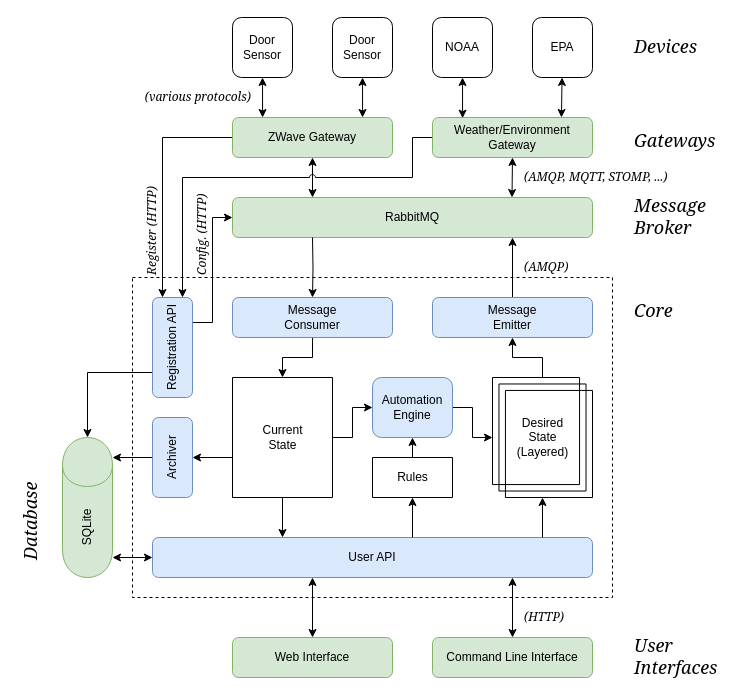
The draw.io diagram docs/architecture.drawio in mikecamilleri/tilde, before the edit. Source tidied: cells renumbered, new cells numbered last; positions are measured from the earlier drawing's top-left corner, leaving out a move shared by most shapes. Both pictures are drawn from the tidied source at 100%, with x=0, y=0 at pixel (-18, 17).
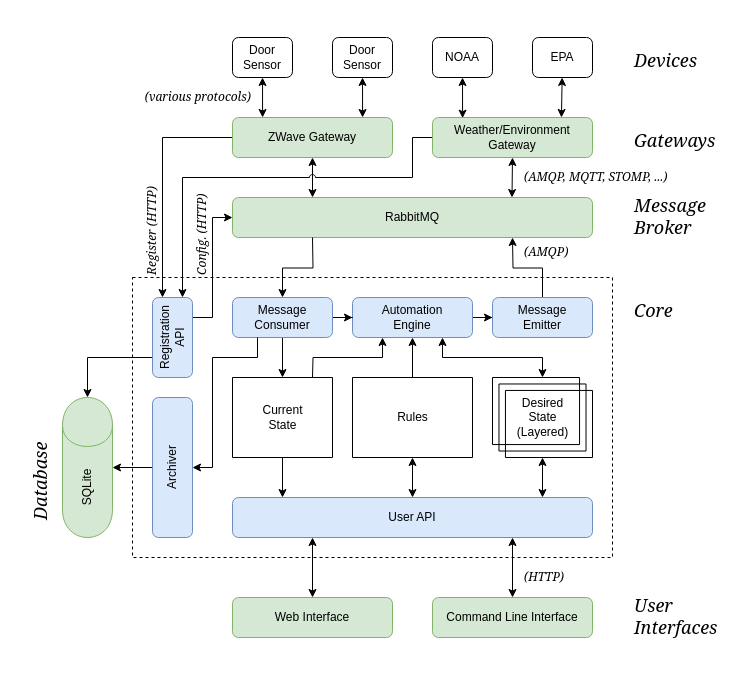
Above is the later version.

Commit message (it also covers changes not shown here):
add detail to message handling

The edit, as a diff of the source:
```diff
@@
     <mxCell id="2" style="rounded=0;whiteSpace=wrap;html=1;align=left;fillColor=none;dashed=1;" parent="1" vertex="1">
-      <mxGeometry x="150" y="260" width="480" height="320" as="geometry" />
+      <mxGeometry x="150" y="260" width="480" height="280" as="geometry" />
     </mxCell>
@@
-    <mxCell id="4" style="edgeStyle=orthogonalEdgeStyle;rounded=0;jumpStyle=arc;jettySize=auto;html=1;startArrow=classic;startFill=1;endArrow=classic;endFill=1;" parent="1" edge="1" source="5">
-      <mxGeometry relative="1" as="geometry">
-        <mxPoint x="130" y="540" as="targetPoint" />
-        <Array as="points">
-          <mxPoint x="130" y="540" />
-        </Array>
-      </mxGeometry>
-    </mxCell>
     <mxCell id="5" value="User API" style="rounded=1;whiteSpace=wrap;html=1;fillColor=#dae8fc;strokeColor=#6c8ebf;" parent="1" vertex="1">
-      <mxGeometry x="170" y="520" width="440" height="40" as="geometry" />
+      <mxGeometry x="250" y="480" width="360" height="40" as="geometry" />
     </mxCell>
     <mxCell id="6" style="edgeStyle=none;rounded=0;jettySize=auto;html=1;startArrow=classic;startFill=1;endArrow=classic;endFill=1;" parent="1" edge="1" source="7">
       <mxGeometry relative="1" as="geometry">
-        <mxPoint x="330" y="560" as="targetPoint" />
+        <mxPoint x="330" y="520" as="targetPoint" />
       </mxGeometry>
     </mxCell>
     <mxCell id="7" value="Web Interface&lt;br&gt;" style="rounded=1;whiteSpace=wrap;html=1;fillColor=#d5e8d4;strokeColor=#82b366;" parent="1" vertex="1">
-      <mxGeometry x="250" y="620" width="160" height="40" as="geometry" />
+      <mxGeometry x="250" y="580" width="160" height="40" as="geometry" />
     </mxCell>
     <mxCell id="8" style="edgeStyle=none;rounded=0;jettySize=auto;html=1;startArrow=classic;startFill=1;endArrow=classic;endFill=1;" parent="1" edge="1" source="9">
       <mxGeometry relative="1" as="geometry">
-        <mxPoint x="530" y="560" as="targetPoint" />
+        <mxPoint x="530" y="520" as="targetPoint" />
       </mxGeometry>
     </mxCell>
     <mxCell id="9" value="Command Line Interface&lt;br&gt;" style="rounded=1;whiteSpace=wrap;html=1;fillColor=#d5e8d4;align=center;strokeColor=#82b366;" parent="1" vertex="1">
-      <mxGeometry x="450" y="620" width="160" height="40" as="geometry" />
+      <mxGeometry x="450" y="580" width="160" height="40" as="geometry" />
     </mxCell>
-    <mxCell id="10" style="edgeStyle=orthogonalEdgeStyle;rounded=0;jettySize=auto;html=1;" parent="1" edge="1" source="12" target="48">
-      <mxGeometry relative="1" as="geometry" />
-    </mxCell>
-    <mxCell id="11" style="edgeStyle=orthogonalEdgeStyle;rounded=0;jumpStyle=arc;jettySize=auto;html=1;startArrow=classic;startFill=1;endArrow=none;endFill=0;" parent="1" edge="1" source="12" target="5">
+    <mxCell id="11" style="edgeStyle=orthogonalEdgeStyle;rounded=0;jumpStyle=arc;jettySize=auto;html=1;startArrow=classic;startFill=1;endArrow=classic;endFill=1;" parent="1" edge="1" source="12" target="5">
       <mxGeometry relative="1" as="geometry">
         <Array as="points">
           <mxPoint x="560" y="510" />
           <mxPoint x="560" y="510" />
         </Array>
       </mxGeometry>
     </mxCell>
     <mxCell id="12" value="Desired&lt;br&gt;State &lt;br&gt;(Layered)" style="verticalLabelPosition=middle;verticalAlign=middle;html=1;shape=mxgraph.basic.layered_rect;dx=12.94;outlineConnect=0;fillColor=none;align=center;labelPosition=center;horizontal=1;" parent="1" vertex="1">
-      <mxGeometry x="510" y="360" width="100" height="120" as="geometry" />
+      <mxGeometry x="510" y="360" width="100" height="80" as="geometry" />
     </mxCell>
@@
-    <mxCell id="14" style="edgeStyle=orthogonalEdgeStyle;rounded=0;jumpStyle=arc;jettySize=auto;html=1;startArrow=none;startFill=0;endArrow=classic;endFill=1;" parent="1" edge="1" source="16" target="21">
-      <mxGeometry relative="1" as="geometry" />
-    </mxCell>
-    <mxCell id="15" style="edgeStyle=orthogonalEdgeStyle;rounded=0;jettySize=auto;html=1;startArrow=none;startFill=0;" parent="1" edge="1" target="58">
-      <mxGeometry relative="1" as="geometry">
-        <mxPoint x="251" y="440" as="sourcePoint" />
-        <Array as="points">
-          <mxPoint x="251" y="440" />
-        </Array>
-      </mxGeometry>
-    </mxCell>
     <mxCell id="16" value="Current&lt;br&gt;State" style="verticalLabelPosition=middle;verticalAlign=middle;html=1;shape=mxgraph.basic.rect;fillColor=#ffffff;fillColor2=none;strokeColor=#000000;strokeWidth=1;size=20;indent=5;align=center;labelPosition=center;horizontal=1;" parent="1" vertex="1">
-      <mxGeometry x="250" y="360" width="100" height="120" as="geometry" />
+      <mxGeometry x="250" y="360" width="100" height="80" as="geometry" />
     </mxCell>
+    <mxCell id="18" style="edgeStyle=orthogonalEdgeStyle;rounded=0;jumpStyle=arc;jettySize=auto;html=1;startArrow=classic;startFill=1;endArrow=classic;endFill=1;" parent="1" edge="1" source="19" target="5">
+      <mxGeometry relative="1" as="geometry">
+        <Array as="points">
+          <mxPoint x="430" y="500" />
+          <mxPoint x="430" y="500" />
+        </Array>
+      </mxGeometry>
+    </mxCell>
-    <mxCell id="17" style="edgeStyle=none;rounded=0;jettySize=auto;html=1;startArrow=none;startFill=0;endArrow=classic;endFill=1;" parent="1" edge="1" source="19" target="21">
+    <mxCell id="17" style="edgeStyle=orthogonalEdgeStyle;rounded=0;jettySize=auto;html=1;startArrow=none;startFill=0;endArrow=classic;endFill=1;" parent="1" edge="1" source="19" target="21">
       <mxGeometry relative="1" as="geometry" />
     </mxCell>
-    <mxCell id="18" style="edgeStyle=orthogonalEdgeStyle;rounded=0;jumpStyle=arc;jettySize=auto;html=1;startArrow=classic;startFill=1;endArrow=none;endFill=0;" parent="1" edge="1" source="19" target="5">
-      <mxGeometry relative="1" as="geometry">
-        <Array as="points">
-          <mxPoint x="430" y="500" />
-          <mxPoint x="430" y="500" />
-        </Array>
-      </mxGeometry>
-    </mxCell>
     <mxCell id="19" value="Rules&lt;br&gt;" style="verticalLabelPosition=middle;verticalAlign=middle;html=1;shape=mxgraph.basic.rect;fillColor=#ffffff;fillColor2=none;strokeColor=#000000;strokeWidth=1;size=20;indent=5;align=center;labelPosition=center;" parent="1" vertex="1">
-      <mxGeometry x="390" y="440" width="80" height="40" as="geometry" />
+      <mxGeometry x="370" y="360" width="120" height="80" as="geometry" />
     </mxCell>
-    <mxCell id="20" style="edgeStyle=orthogonalEdgeStyle;rounded=0;jettySize=auto;html=1;" parent="1" edge="1" source="21" target="12">
-      <mxGeometry relative="1" as="geometry" />
-    </mxCell>
+    <mxCell id="60" style="edgeStyle=orthogonalEdgeStyle;rounded=0;jettySize=auto;html=1;startArrow=none;startFill=0;endArrow=classic;endFill=1;" parent="1" edge="1" source="21" target="48">
+      <mxGeometry relative="1" as="geometry" />
+    </mxCell>
+    <mxCell id="61" style="edgeStyle=orthogonalEdgeStyle;rounded=0;jettySize=auto;html=1;exitX=0.25;exitY=1;exitDx=0;exitDy=0;startArrow=classic;startFill=1;endArrow=none;endFill=0;" parent="1" edge="1" source="21">
+      <mxGeometry relative="1" as="geometry">
+        <mxPoint x="330" y="360" as="targetPoint" />
+      </mxGeometry>
+    </mxCell>
+    <mxCell id="62" style="edgeStyle=orthogonalEdgeStyle;rounded=0;jettySize=auto;html=1;exitX=0.75;exitY=1;exitDx=0;exitDy=0;startArrow=classic;startFill=1;endArrow=classic;endFill=1;" parent="1" edge="1" source="21">
+      <mxGeometry relative="1" as="geometry">
+        <mxPoint x="560" y="360" as="targetPoint" />
+        <Array as="points">
+          <mxPoint x="460" y="340" />
+          <mxPoint x="560" y="340" />
+          <mxPoint x="560" y="360" />
+        </Array>
+      </mxGeometry>
+    </mxCell>
     <mxCell id="21" value="Automation&lt;br&gt;Engine&lt;br&gt;" style="rounded=1;whiteSpace=wrap;html=1;fillColor=#dae8fc;align=center;strokeColor=#6c8ebf;" parent="1" vertex="1">
-      <mxGeometry x="390" y="360" width="80" height="60" as="geometry" />
+      <mxGeometry x="370" y="280" width="120" height="40" as="geometry" />
     </mxCell>
@@
     <mxCell id="26" value="Door&lt;br&gt;Sensor&lt;br&gt;" style="rounded=1;whiteSpace=wrap;html=1;" parent="1" vertex="1">
-      <mxGeometry x="250" width="60" height="60" as="geometry" />
+      <mxGeometry x="250" y="20" width="60" height="40" as="geometry" />
     </mxCell>
@@
     <mxCell id="28" value="Door&lt;br&gt;Sensor&lt;br&gt;" style="rounded=1;whiteSpace=wrap;html=1;" parent="1" vertex="1">
-      <mxGeometry x="350" width="60" height="60" as="geometry" />
+      <mxGeometry x="350" y="20" width="60" height="40" as="geometry" />
     </mxCell>
@@
     <mxCell id="32" value="NOAA&lt;br&gt;" style="rounded=1;whiteSpace=wrap;html=1;" parent="1" vertex="1">
-      <mxGeometry x="450" width="60" height="60" as="geometry" />
+      <mxGeometry x="450" y="20" width="60" height="40" as="geometry" />
     </mxCell>
@@
     <mxCell id="34" value="EPA&lt;br&gt;" style="rounded=1;whiteSpace=wrap;html=1;" parent="1" vertex="1">
-      <mxGeometry x="550" width="60" height="60" as="geometry" />
+      <mxGeometry x="550" y="20" width="60" height="40" as="geometry" />
     </mxCell>
@@
     <mxCell id="37" value="&lt;font style=&quot;font-size: 18px;&quot;&gt;&lt;span style=&quot;font-size: 18px;&quot;&gt;&lt;i style=&quot;font-size: 18px;&quot;&gt;Devices&lt;/i&gt;&lt;/span&gt;&lt;/font&gt;" style="text;html=1;align=left;verticalAlign=top;spacingTop=-4;fontStyle=0;fontFamily=Georgia;fontSize=18;" parent="1" vertex="1">
-      <mxGeometry x="650" y="16" width="80" height="20" as="geometry" />
+      <mxGeometry x="650" y="30" width="80" height="20" as="geometry" />
     </mxCell>
@@
     <mxCell id="40" value="&lt;span style=&quot;font-size: 18px&quot;&gt;&lt;span style=&quot;font-size: 18px&quot;&gt;&lt;i style=&quot;font-size: 18px&quot;&gt;User &lt;br&gt;Interfaces&lt;/i&gt;&lt;/span&gt;&lt;/span&gt;" style="text;html=1;align=left;verticalAlign=top;spacingTop=-4;fontStyle=0;fontFamily=Georgia;fontSize=18;" parent="1" vertex="1">
-      <mxGeometry x="650" y="615" width="100" height="50" as="geometry" />
+      <mxGeometry x="650" y="575" width="100" height="50" as="geometry" />
     </mxCell>
@@
     <mxCell id="43" value="&lt;font face=&quot;Georgia&quot; style=&quot;font-size: 12px&quot;&gt;&lt;i&gt;(AMQP)&lt;/i&gt;&lt;/font&gt;" style="text;html=1;align=left;verticalAlign=middle;" parent="1" vertex="1">
-      <mxGeometry x="540" y="240" width="60" height="20" as="geometry" />
+      <mxGeometry x="540" y="225" width="60" height="20" as="geometry" />
     </mxCell>
+    <mxCell id="45" style="edgeStyle=orthogonalEdgeStyle;rounded=0;jettySize=auto;html=1;" parent="1" edge="1" target="46">
+      <mxGeometry relative="1" as="geometry">
+        <mxPoint x="330" y="220" as="sourcePoint" />
+      </mxGeometry>
+    </mxCell>
-    <mxCell id="44" style="edgeStyle=orthogonalEdgeStyle;rounded=0;jettySize=auto;html=1;" parent="1" edge="1" source="46" target="16">
+    <mxCell id="44" style="edgeStyle=orthogonalEdgeStyle;rounded=0;jettySize=auto;html=1;startArrow=none;startFill=0;endArrow=classic;endFill=1;" parent="1" edge="1" source="46" target="16">
       <mxGeometry relative="1" as="geometry" />
     </mxCell>
-    <mxCell id="45" style="edgeStyle=orthogonalEdgeStyle;rounded=0;jettySize=auto;html=1;" parent="1" edge="1" target="46">
-      <mxGeometry relative="1" as="geometry">
-        <mxPoint x="330" y="220" as="sourcePoint" />
-      </mxGeometry>
-    </mxCell>
+    <mxCell id="63" style="edgeStyle=orthogonalEdgeStyle;rounded=0;jettySize=auto;html=1;startArrow=none;startFill=0;endArrow=classic;endFill=1;" parent="1" edge="1" source="46" target="21">
+      <mxGeometry relative="1" as="geometry" />
+    </mxCell>
     <mxCell id="46" value="Message&lt;br&gt;Consumer" style="rounded=1;whiteSpace=wrap;html=1;fillColor=#dae8fc;align=center;strokeColor=#6c8ebf;" parent="1" vertex="1">
-      <mxGeometry x="250" y="280" width="160" height="40" as="geometry" />
+      <mxGeometry x="250" y="280" width="100" height="40" as="geometry" />
     </mxCell>
@@
     <mxCell id="48" value="Message&lt;br&gt;Emitter" style="rounded=1;whiteSpace=wrap;html=1;fillColor=#dae8fc;align=center;strokeColor=#6c8ebf;" parent="1" vertex="1">
-      <mxGeometry x="450" y="280" width="160" height="40" as="geometry" />
+      <mxGeometry x="510" y="280" width="100" height="40" as="geometry" />
     </mxCell>
@@
     <mxCell id="50" style="edgeStyle=orthogonalEdgeStyle;rounded=0;jumpStyle=arc;jettySize=auto;html=1;exitX=0;exitY=0.75;exitDx=0;exitDy=0;entryX=0.5;entryY=0;entryDx=0;entryDy=0;" parent="1" edge="1" source="51" target="54">
       <mxGeometry relative="1" as="geometry">
         <Array as="points">
-          <mxPoint x="105" y="355" />
+          <mxPoint x="105" y="340" />
         </Array>
       </mxGeometry>
     </mxCell>
     <mxCell id="51" value="Registration API" style="rounded=1;whiteSpace=wrap;html=1;fillColor=#dae8fc;align=center;strokeColor=#6c8ebf;horizontal=0;" parent="1" vertex="1">
-      <mxGeometry x="170" y="280" width="40" height="100" as="geometry" />
+      <mxGeometry x="170" y="280" width="40" height="80" as="geometry" />
     </mxCell>
     <mxCell id="52" value="&lt;font face=&quot;Georgia&quot; style=&quot;font-size: 12px&quot;&gt;&lt;i&gt;(HTTP)&lt;/i&gt;&lt;/font&gt;" style="text;html=1;align=left;verticalAlign=middle;" parent="1" vertex="1">
-      <mxGeometry x="540" y="590" width="60" height="20" as="geometry" />
+      <mxGeometry x="540" y="550" width="60" height="20" as="geometry" />
     </mxCell>
@@
     <mxCell id="54" value="SQLite" style="shape=cylinder;whiteSpace=wrap;html=1;boundedLbl=1;backgroundOutline=1;align=center;horizontal=0;fillColor=#d5e8d4;strokeColor=#82b366;" parent="1" vertex="1">
-      <mxGeometry x="80" y="420" width="50" height="140" as="geometry" />
+      <mxGeometry x="80" y="380" width="50" height="140" as="geometry" />
     </mxCell>
@@
-    <mxCell id="57" style="edgeStyle=orthogonalEdgeStyle;rounded=0;jettySize=auto;html=1;exitX=0;exitY=0.5;exitDx=0;exitDy=0;entryX=1;entryY=0.143;entryDx=0;entryDy=0;entryPerimeter=0;startArrow=none;startFill=0;" parent="1" edge="1" source="58" target="54">
+    <mxCell id="57" style="edgeStyle=orthogonalEdgeStyle;rounded=0;jettySize=auto;html=1;startArrow=none;startFill=0;endArrow=classic;endFill=1;" parent="1" edge="1" source="58" target="54">
       <mxGeometry relative="1" as="geometry" />
     </mxCell>
+    <mxCell id="64" style="edgeStyle=orthogonalEdgeStyle;rounded=0;jettySize=auto;html=1;exitX=1;exitY=0.5;exitDx=0;exitDy=0;entryX=0.25;entryY=1;entryDx=0;entryDy=0;startArrow=classic;startFill=1;endArrow=none;endFill=0;" parent="1" edge="1" source="58" target="46">
+      <mxGeometry relative="1" as="geometry">
+        <Array as="points">
+          <mxPoint x="230" y="450" />
+          <mxPoint x="230" y="340" />
+          <mxPoint x="275" y="340" />
+        </Array>
+      </mxGeometry>
+    </mxCell>
     <mxCell id="58" value="Archiver" style="rounded=1;whiteSpace=wrap;html=1;fillColor=#dae8fc;align=center;strokeColor=#6c8ebf;horizontal=0;" parent="1" vertex="1">
-      <mxGeometry x="170" y="400" width="40" height="80" as="geometry" />
+      <mxGeometry x="170" y="380" width="40" height="140" as="geometry" />
     </mxCell>
     <mxCell id="59" value="&lt;font style=&quot;font-size: 18px&quot;&gt;&lt;span style=&quot;font-size: 18px&quot;&gt;&lt;i style=&quot;font-size: 18px&quot;&gt;Database&lt;br&gt;&lt;/i&gt;&lt;/span&gt;&lt;/font&gt;" style="text;html=1;align=left;verticalAlign=top;spacingTop=-4;fontStyle=0;fontFamily=Georgia;fontSize=18;horizontal=1;rotation=-90;" parent="1" vertex="1">
-      <mxGeometry y="490" width="90" height="20" as="geometry" />
+      <mxGeometry x="10" y="450" width="90" height="20" as="geometry" />
     </mxCell>
```
